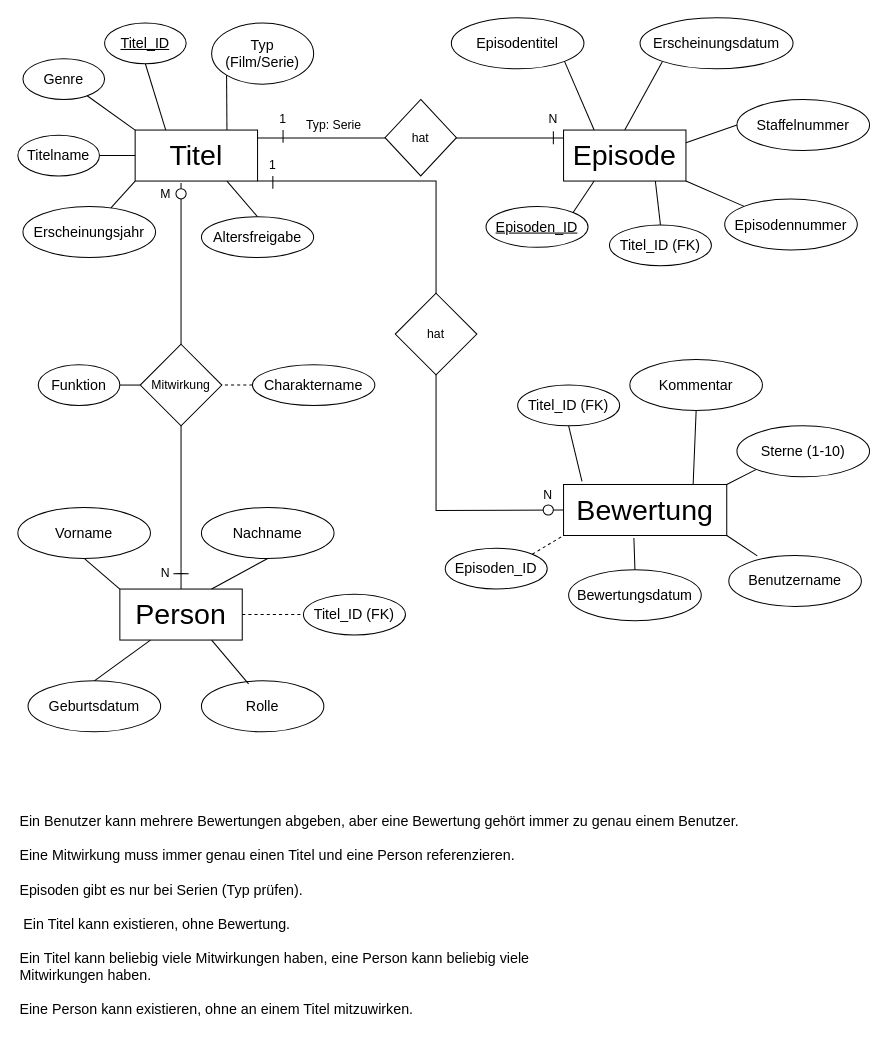
Above: page "Page-1" (1 of 2) of 3_Semester/Datenbanken/uebungen/5_Uebung/DatenbankenUebung5.drawio in mandyngn/Uni (draw.io), before the change. Source tidied: cells renumbered, new cells numbered last; positions are measured from the earlier drawing's top-left corner, leaving out a move shared by most shapes. Both pictures are drawn from the tidied source at 102%, with x=0, y=0 at pixel (17, 17).
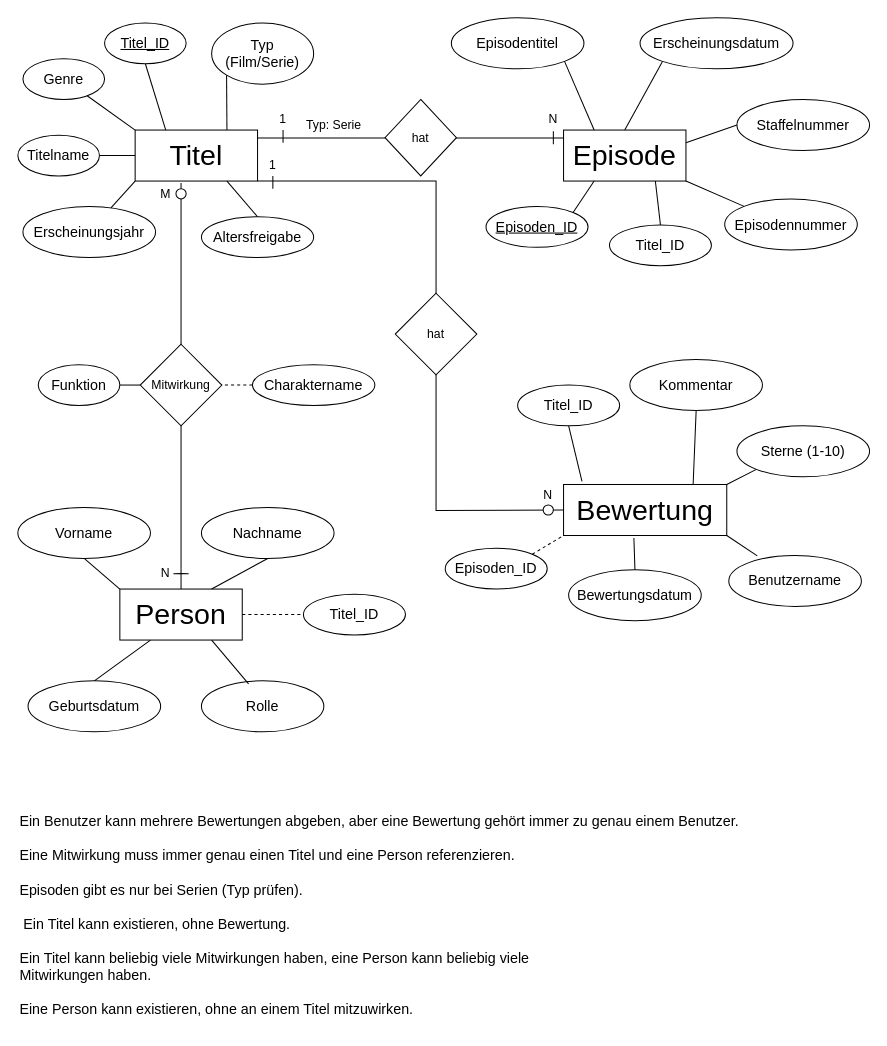
The same page after the edit.

Commit message:
new relational diagram

The edit, as a diff of the source:
```diff
@@
-    <mxCell id="68" value="&lt;font style=&quot;font-size: 14px;&quot;&gt;Titel_ID (FK)&lt;/font&gt;" style="ellipse;whiteSpace=wrap;html=1;" parent="1" vertex="1">
+    <mxCell id="68" value="&lt;font style=&quot;font-size: 14px;&quot;&gt;Titel_ID&lt;/font&gt;" style="ellipse;whiteSpace=wrap;html=1;" parent="1" vertex="1">
       <mxGeometry x="490" y="360" width="100" height="40" as="geometry" />
     </mxCell>
@@
-    <mxCell id="70" value="&lt;font style=&quot;font-size: 14px;&quot;&gt;Titel_ID (FK)&lt;/font&gt;" style="ellipse;whiteSpace=wrap;html=1;" parent="1" vertex="1">
+    <mxCell id="70" value="&lt;font style=&quot;font-size: 14px;&quot;&gt;Titel_ID&lt;/font&gt;" style="ellipse;whiteSpace=wrap;html=1;" parent="1" vertex="1">
       <mxGeometry x="580" y="203" width="100" height="40" as="geometry" />
     </mxCell>
@@
-    <mxCell id="72" value="&lt;font style=&quot;font-size: 14px;&quot;&gt;Titel_ID (FK)&lt;/font&gt;" style="ellipse;whiteSpace=wrap;html=1;" parent="1" vertex="1">
+    <mxCell id="72" value="&lt;font style=&quot;font-size: 14px;&quot;&gt;Titel_ID&lt;/font&gt;" style="ellipse;whiteSpace=wrap;html=1;" parent="1" vertex="1">
       <mxGeometry x="280" y="565" width="100" height="40" as="geometry" />
     </mxCell>
```
